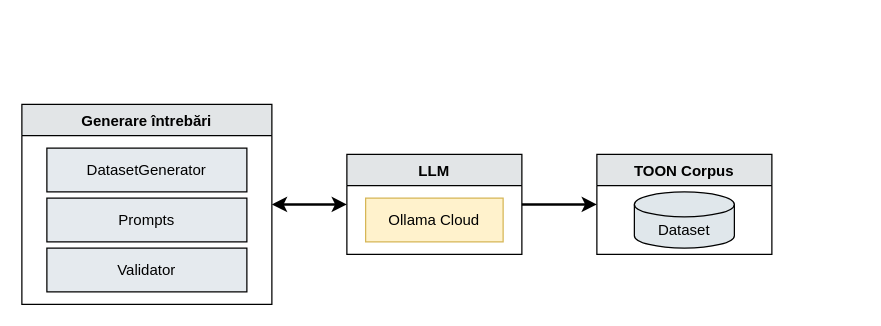
MoldoAndr/vitruvian-cipher keeps this draw.io diagram as doc/SRS/diagrame/XML/diagrama_choice_maker_generate_questions.drawio. Above is the earlier version. Source tidied: cells renumbered, new cells numbered last; positions are measured from the earlier drawing's top-left corner, leaving out a move shared by most shapes. Both pictures are drawn from the tidied source at 125%, with x=0, y=0 at pixel (21, 104).
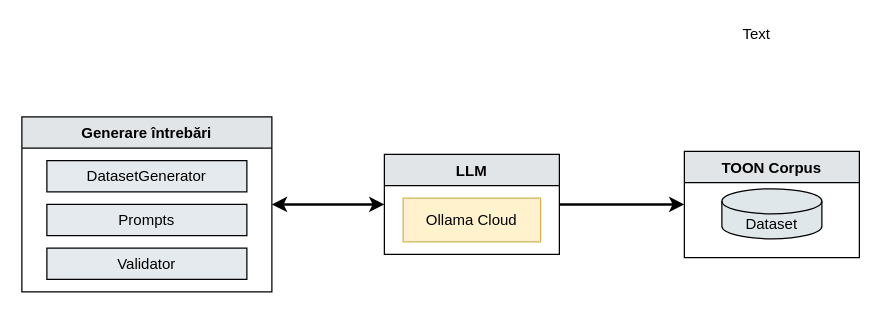
The same diagram, later.

Change to the diagram source:
```diff
@@
 <mxGraphModel>
   <root>
     <mxCell id="0" />
     <mxCell id="1" parent="0" />
     <mxCell id="2" value="Generare întrebări" style="swimlane;horizontal=1;startSize=25;fillColor=#e2e5e7;strokeColor=#000000;fontStyle=1;" parent="1" vertex="1">
-      <mxGeometry width="200" height="160" as="geometry" />
+      <mxGeometry y="10" width="200" height="140" as="geometry" />
     </mxCell>
     <mxCell id="3" value="DatasetGenerator" style="rounded=0;whiteSpace=wrap;html=1;fillColor=#e5eaee;strokeColor=#000000;" parent="2" vertex="1">
-      <mxGeometry x="20" y="35" width="160" height="35" as="geometry" />
+      <mxGeometry x="20" y="35" width="160" height="25" as="geometry" />
     </mxCell>
     <mxCell id="4" value="Prompts" style="rounded=0;whiteSpace=wrap;html=1;fillColor=#e5eaee;strokeColor=#000000;" parent="2" vertex="1">
-      <mxGeometry x="20" y="75" width="160" height="35" as="geometry" />
+      <mxGeometry x="20" y="70" width="160" height="25" as="geometry" />
     </mxCell>
     <mxCell id="5" value="Validator" style="rounded=0;whiteSpace=wrap;html=1;fillColor=#e5eaee;strokeColor=#000000;" parent="2" vertex="1">
-      <mxGeometry x="20" y="115" width="160" height="35" as="geometry" />
+      <mxGeometry x="20" y="105" width="160" height="25" as="geometry" />
     </mxCell>
     <mxCell id="6" value="LLM" style="swimlane;horizontal=1;startSize=25;fillColor=#e2e5e7;strokeColor=#000000;fontStyle=1;" parent="1" vertex="1">
-      <mxGeometry x="260" y="40" width="140" height="80" as="geometry" />
+      <mxGeometry x="290" y="40" width="140" height="80" as="geometry" />
     </mxCell>
     <mxCell id="7" value="Ollama Cloud" style="rounded=0;whiteSpace=wrap;html=1;fillColor=#fff2cc;strokeColor=#d6b656;" parent="6" vertex="1">
       <mxGeometry x="15" y="35" width="110" height="35" as="geometry" />
     </mxCell>
     <mxCell id="8" value="TOON Corpus" style="swimlane;horizontal=1;startSize=25;fillColor=#e2e5e7;strokeColor=#000000;fontStyle=1;" parent="1" vertex="1">
-      <mxGeometry x="460" y="40" width="140" height="80" as="geometry" />
+      <mxGeometry x="530" y="37.5" width="140" height="85" as="geometry" />
     </mxCell>
     <mxCell id="9" value="Dataset" style="shape=cylinder3;whiteSpace=wrap;html=1;boundedLbl=1;backgroundOutline=1;size=10;fillColor=#e0e7eb;strokeColor=#000000;" parent="8" vertex="1">
-      <mxGeometry x="30" y="30" width="80" height="45" as="geometry" />
+      <mxGeometry x="30" y="30" width="80" height="40" as="geometry" />
     </mxCell>
     <mxCell id="10" style="edgeStyle=orthogonalEdgeStyle;rounded=0;jettySize=auto;html=1;strokeColor=#000000;strokeWidth=2;startArrow=classic;startFill=1;" parent="1" edge="1" source="2" target="6">
       <mxGeometry relative="1" as="geometry" />
     </mxCell>
     <mxCell id="11" style="edgeStyle=orthogonalEdgeStyle;rounded=0;jettySize=auto;html=1;strokeColor=#000000;strokeWidth=2;" parent="1" edge="1" source="6" target="8">
       <mxGeometry relative="1" as="geometry" />
     </mxCell>
+    <mxCell id="12" value="Text" style="text;html=1;align=left;verticalAlign=top;spacingTop=-4;" parent="1" vertex="1">
+      <mxGeometry x="575" y="-66" width="40" height="20" as="geometry" />
+    </mxCell>
   </root>
 </mxGraphModel>
```
